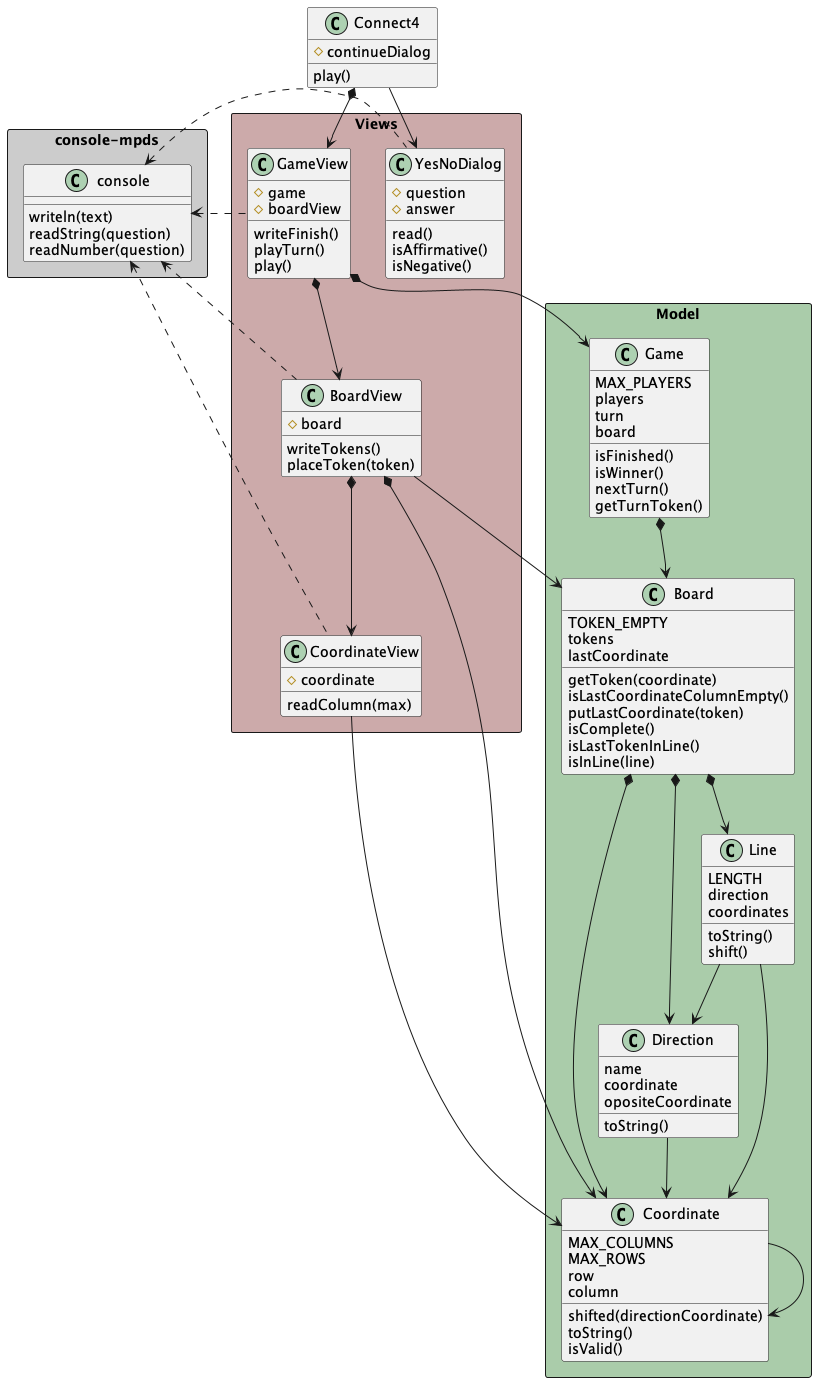
Earlier version of the PlantUML export game-connect4/docs/diagrams/objectOriented/constructorFunction/class diagram/connect4_constructorFunction_classdiagram.png (mpaulaherrero/escuelaIT).
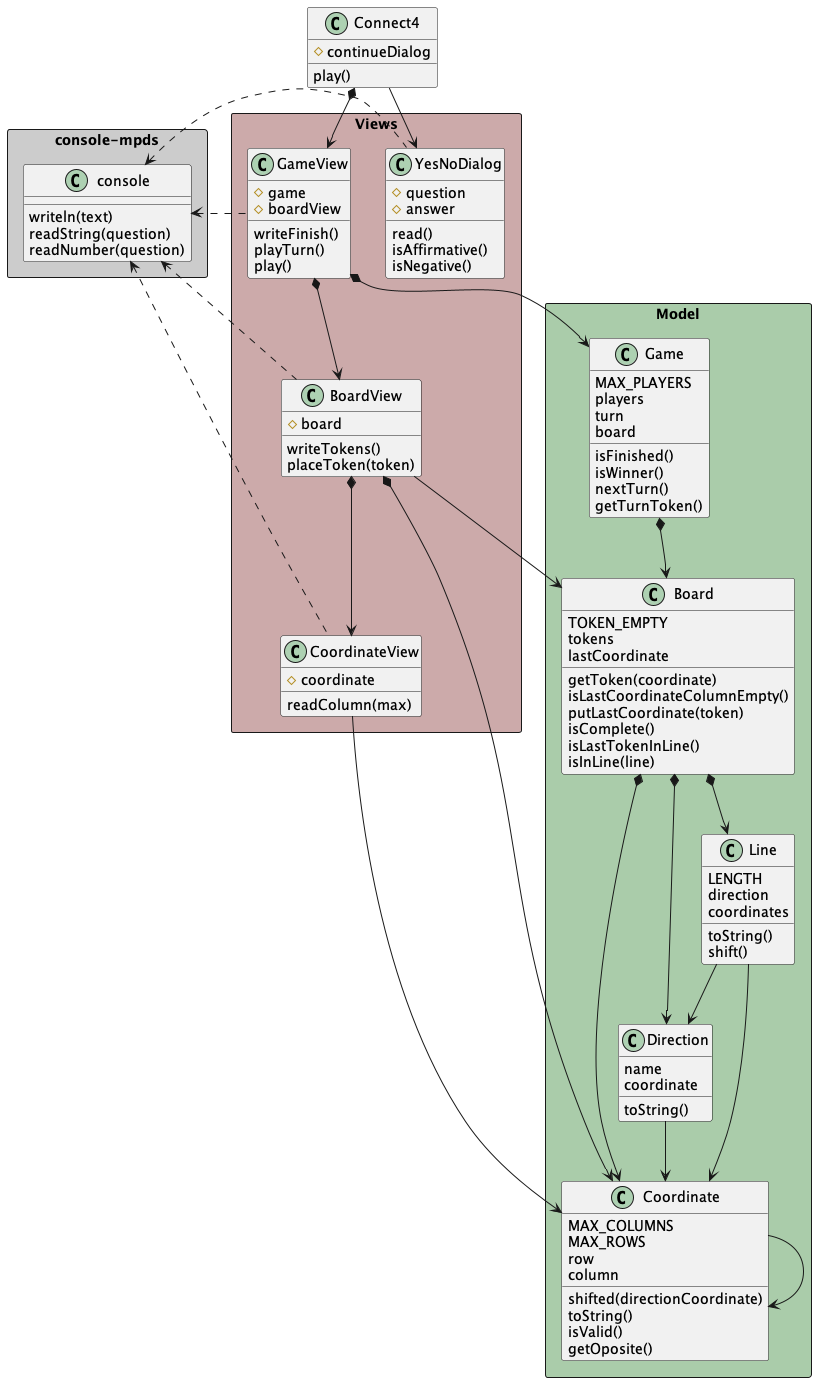
After the change.

Diff of the diagram source:
```diff
@@ -17,12 +17,12 @@
         shifted(directionCoordinate)
         toString()
         isValid()
+        getOposite()
     }
 
     class Direction {
         name
         coordinate
-        opositeCoordinate
         toString()
     }
 
```
